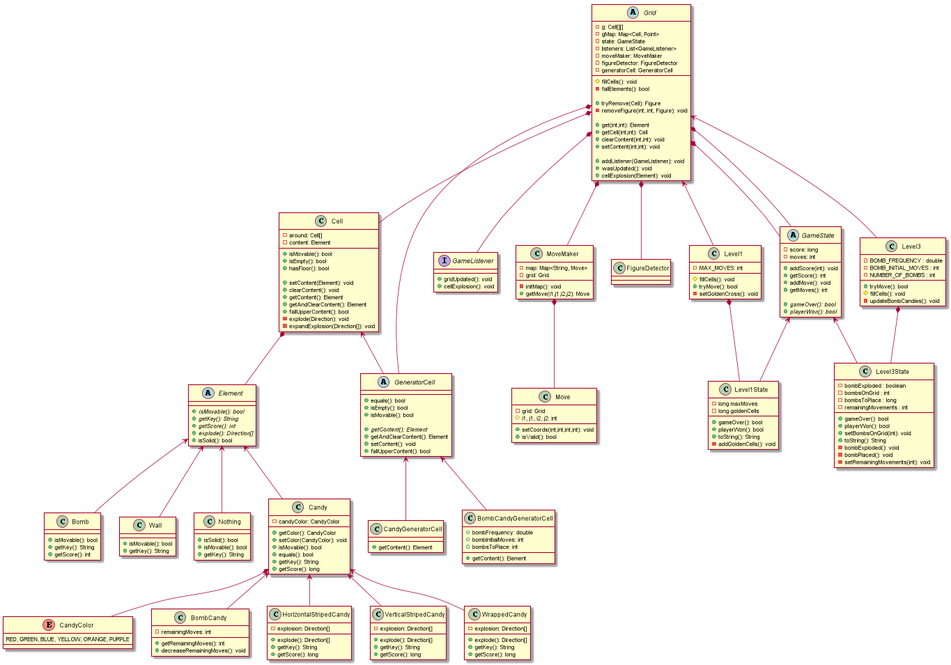
This is backend.png from matiapa/itba-poo-final, a PlantUML export, as it was before one commit. Source of this version:
```plantuml
@startuml








abstract class Grid{
 - g: Cell[][]
 - gMap: Map<Cell, Point>
 - state: GameState
 - listeners: List<GameListener>
 - moveMaker: MoveMaker
 - figureDetector: FigureDetector
 - generatorCell: GeneratorCell

 # fillCells(): void
 - fallElements(): bool

 + tryRemove(Cell): Figure
 - removeFigure(int, int, Figure): void

 + get(int,int): Element
 + getCell(int,int): Cell
 + clearContent(int,int): void
 + setContent(int,int): void

 + addListener(GameListener): void
 + wasUpdated(): void
 + cellExplosion(Element): void
}

Grid *-- Cell
Grid *-- GameState
Grid *-- GameListener
Grid *-- MoveMaker
Grid *-- FigureDetector
Grid *-- GeneratorCell



abstract class GameState{
 - score: long
 - moves: int
 + addScore(int): void
 + getScore(): int
 + addMove(): void
 + getMoves(): int

 + {abstract} gameOver(): bool
 + {abstract} playerWon(): bool
}

Grid *-- GameState



interface GameListener{
 + gridUpdated(): void
 + cellExplosion(): void
}




class Cell{
 - around: Cell[]
 - content: Element
 + isMovable(): bool
 + isEmpty(): bool
 + hasFloor(): bool

 + setContent(Element): void
 + clearContent(): void
 + getContent(): Element
 + getAndClearContent(): Element
 + fallUpperContent(): bool
 - explode(Direction): void
 - expandExplosion(Direction[]): void
}

Cell *-- Element



abstract class GeneratorCell {
  + equals(): bool
  + isEmpty(): bool
  + isMovable(): bool

  + {abstract} getContent(): Element
  + getAndClearContent(): Element
  + setContent(): void
  + fallUpperContent(): bool
}

Cell <-- GeneratorCell



class CandyGeneratorCell {
  + getContent(): Element
}

GeneratorCell <-- CandyGeneratorCell



class BombCandyGeneratorCell {
 + bombFrequency: double
 + bombInitialMoves: int
 + bombsToPlace: int
 + getContent(): Element
}

GeneratorCell <-- BombCandyGeneratorCell





abstract class Element{
 + {abstract} isMovable(): bool
 + {abstract} getKey(): String
 + {abstract} getScore(): int
 + {abstract} explode(): Direction[]
 + isSolid(): bool
}



class Bomb{
 + isMovable(): bool
 + getKey(): String
 + getScore(): int
}

Element <-- Bomb



class Wall{
 + isMovable(): bool
 + getKey(): String
}

Element <-- Wall



class Nothing{
 + isSolid(): bool
 + isMovable(): bool
 + getKey(): String
}

Element <-- Nothing



class Candy{
 - candyColor: CandyColor
 + getColor(): CandyColor
 + setColor(CandyColor): void
 + isMovable(): bool
 + equals(): bool
 + getKey(): String
 + getScore(): long
}

Element <-- Candy
Candy *-- CandyColor



enum CandyColor{
 RED, GREEN, BLUE, YELLOW, ORANGE, PURPLE
}



class BombCandy{
 - remainingMoves: int
 + getRemainingMoves(): int
 + decreaseRemainingMoves(): void
}

Candy <-- BombCandy



class HorizontalStripedCandy{
 - explosion: Direction[]
 + explode(): Direction[]
 + getKey(): String
 + getScore(): long
}

Candy <-- HorizontalStripedCandy



class VerticalStripedCandy{
 - explosion: Direction[]
 + explode(): Direction[]
 + getKey(): String
 + getScore(): long
}

Candy <-- VerticalStripedCandy



class WrappedCandy{
 - explosion: Direction[]
 + explode(): Direction[]
 + getKey(): String
 + getScore(): long
}

Candy <-- WrappedCandy





class MoveMaker{
 - map: Map<String, Move>
 - grid: Grid
 - initMap(): void
 + getMove(i1,j1,i2,j2): Move
}

MoveMaker *-- Move




class Move{
 - grid: Grid
 # i1, j1, i2, j2: int
 + setCoords(int,int,int,int): void
 + isValid(): bool
}





class Level1{
 - MAX_MOVES: int
 # fillCells(): void
 + tryMove(): bool
 - setGoldenCross(): void
}

Grid <-- Level1
Level1 *-- Level1State



class Level1State{
 - long maxMoves
 - long goldenCells
 + gameOver(): bool
 + playerWon(): bool
 + toString(): String
 - addGoldenCells(): void
}

GameState <-- Level1State



class Level3 {
  - BOMB_FREQUENCY : double
  - BOMB_INITIAL_MOVES : int
  - NUMBER_OF_BOMBS : int
  + tryMove(): bool
  # fillCells(): void
  - updateBombCandies(): void
}

Grid <-- Level3
Level3 *-- Level3State



class Level3State {
  - bombExploded : boolean
  - bombsOnGrid : int
  - bombsToPlace : long
  - remainingMovements : int
  + gameOver(): bool
  + playerWon(): bool
  + setBombsOnGrid(int): void
  + toString(): String
  - bombExploded(): void
  - bombPlaced(): void
  - setRemainingMovements(int): void
}

GameState <-- Level3State

@enduml
```
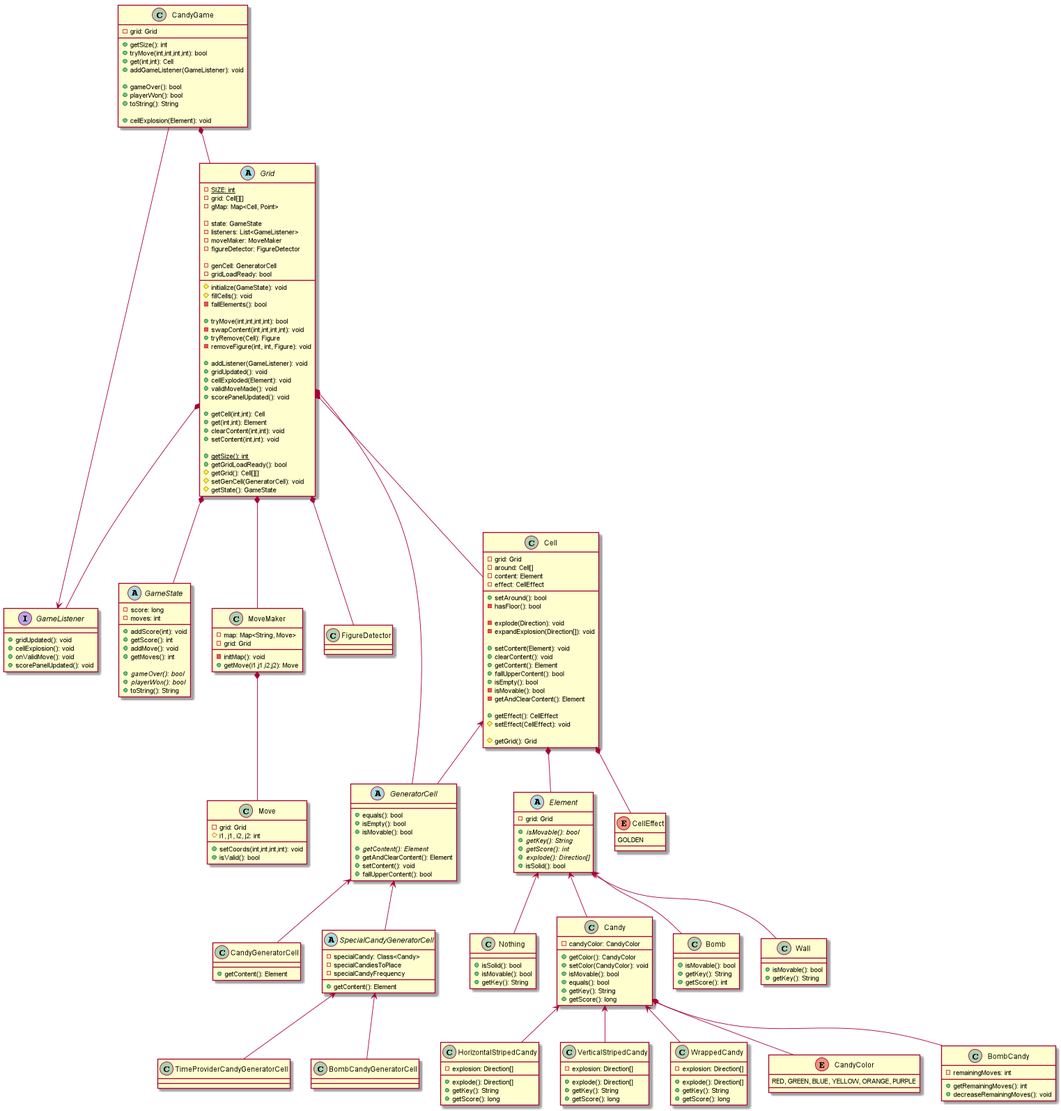
After the change.

Commit message:
Se cambio la propiedad grid de Cell a protected, el getter causaba problemas

The edit, as a diff of the source:
```diff
@@ -2,34 +2,66 @@
 
 
 
+class CandyGame{
+ - grid: Grid
 
+ + getSize(): int
+ + tryMove(int,int,int,int): bool
+ + get(int,int): Cell
+ + addGameListener(GameListener): void
 
+ + gameOver(): bool
+ + playerWon(): bool
+ + toString(): String
+
+ + cellExplosion(Element): void
+}
+
+CandyGame *-- Grid
+
+GameListener <-- CandyGame
 
 
 
 abstract class Grid{
- - g: Cell[][]
+ - {static} SIZE: int
+ - grid: Cell[][]
  - gMap: Map<Cell, Point>
+
  - state: GameState
  - listeners: List<GameListener>
  - moveMaker: MoveMaker
  - figureDetector: FigureDetector
- - generatorCell: GeneratorCell
 
+ - genCell: GeneratorCell
+ - gridLoadReady: bool
+
+ # initialize(GameState): void
  # fillCells(): void
  - fallElements(): bool
 
+ + tryMove(int,int,int,int): bool
+ - swapContent(int,int,int,int): void
  + tryRemove(Cell): Figure
  - removeFigure(int, int, Figure): void
 
+ + addListener(GameListener): void
+ + gridUpdated(): void
+ + cellExploded(Element): void
+ + validMoveMade(): void
+ + scorePanelUpdated(): void
+
+ + getCell(int,int): Cell
  + get(int,int): Element
- + getCell(int,int): Cell
  + clearContent(int,int): void
  + setContent(int,int): void
 
- + addListener(GameListener): void
- + wasUpdated(): void
- + cellExplosion(Element): void
+ + {static} getSize(): int
+ + getGridLoadReady(): bool
+ # getGrid(): Cell[][]
+ # setGenCell(GeneratorCell): void
+ # getState(): GameState
+
 }
 
 Grid *-- Cell
@@ -51,37 +83,55 @@
 
  + {abstract} gameOver(): bool
  + {abstract} playerWon(): bool
+ + toString(): String
 }
-
-Grid *-- GameState
 
 
 
 interface GameListener{
  + gridUpdated(): void
  + cellExplosion(): void
+ + onValidMove(): void
+ + scorePanelUpdated(): void
 }
 
 
 
 
 class Cell{
+ - grid: Grid
  - around: Cell[]
  - content: Element
- + isMovable(): bool
- + isEmpty(): bool
- + hasFloor(): bool
+ - effect: CellEffect
+
+ + setAround(): bool
+ - hasFloor(): bool
+
+ - explode(Direction): void
+ - expandExplosion(Direction[]): void
 
  + setContent(Element): void
  + clearContent(): void
  + getContent(): Element
- + getAndClearContent(): Element
  + fallUpperContent(): bool
- - explode(Direction): void
- - expandExplosion(Direction[]): void
+ + isEmpty(): bool
+ - isMovable(): bool
+ - getAndClearContent(): Element
+
+ + getEffect(): CellEffect
+ # setEffect(CellEffect): void
+
+ # getGrid(): Grid
 }
 
 Cell *-- Element
+Cell *-- CellEffect
+
+
+
+enum CellEffect{
+ GOLDEN
+}
 
 
 
@@ -108,20 +158,37 @@
 
 
 
-class BombCandyGeneratorCell {
- + bombFrequency: double
- + bombInitialMoves: int
- + bombsToPlace: int
+abstract class SpecialCandyGeneratorCell{
+ - specialCandy: Class<Candy>
+ - specialCandiesToPlace
+ - specialCandyFrequency
  + getContent(): Element
 }
 
-GeneratorCell <-- BombCandyGeneratorCell
+GeneratorCell <-- SpecialCandyGeneratorCell
+
+
+
+class BombCandyGeneratorCell {
+
+}
+
+SpecialCandyGeneratorCell <-- BombCandyGeneratorCell
+
+
+
+class TimeProviderCandyGeneratorCell {
+
+}
+
+SpecialCandyGeneratorCell <-- TimeProviderCandyGeneratorCell
 
 
 
 
 
 abstract class Element{
+ - grid: Grid
  + {abstract} isMovable(): bool
  + {abstract} getKey(): String
  + {abstract} getScore(): int
@@ -246,62 +313,4 @@
 }
 
 
-
-
-
-class Level1{
- - MAX_MOVES: int
- # fillCells(): void
- + tryMove(): bool
- - setGoldenCross(): void
-}
-
-Grid <-- Level1
-Level1 *-- Level1State
-
-
-
-class Level1State{
- - long maxMoves
- - long goldenCells
- + gameOver(): bool
- + playerWon(): bool
- + toString(): String
- - addGoldenCells(): void
-}
-
-GameState <-- Level1State
-
-
-
-class Level3 {
-  - BOMB_FREQUENCY : double
-  - BOMB_INITIAL_MOVES : int
-  - NUMBER_OF_BOMBS : int
-  + tryMove(): bool
-  # fillCells(): void
-  - updateBombCandies(): void
-}
-
-Grid <-- Level3
-Level3 *-- Level3State
-
-
-
-class Level3State {
-  - bombExploded : boolean
-  - bombsOnGrid : int
-  - bombsToPlace : long
-  - remainingMovements : int
-  + gameOver(): bool
-  + playerWon(): bool
-  + setBombsOnGrid(int): void
-  + toString(): String
-  - bombExploded(): void
-  - bombPlaced(): void
-  - setRemainingMovements(int): void
-}
-
-GameState <-- Level3State
-
 @enduml
```
